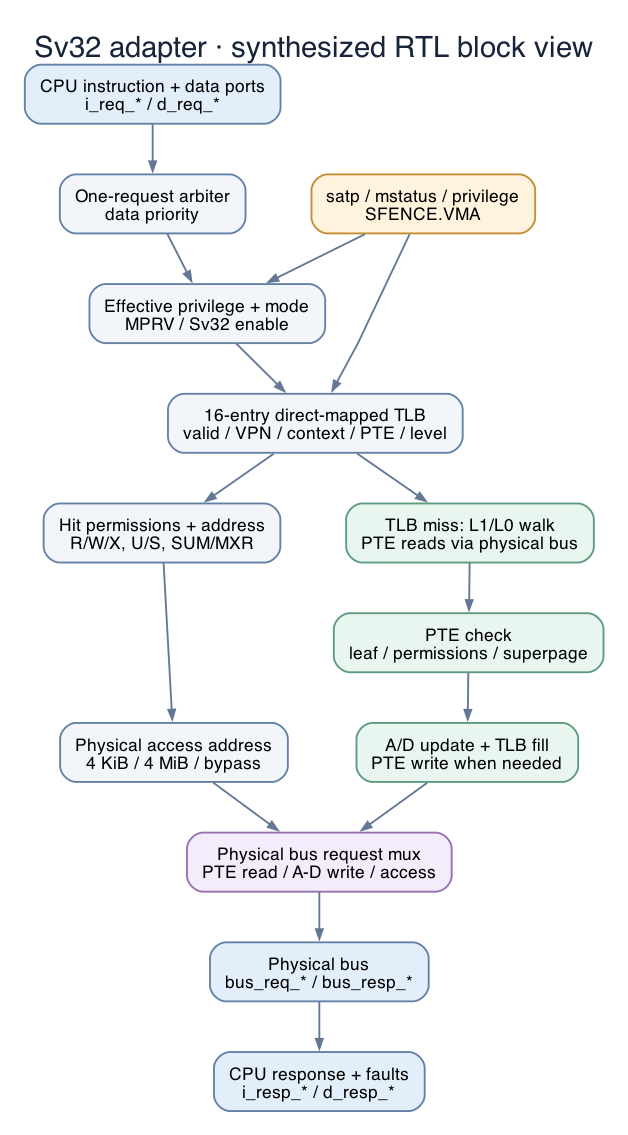
This is docs/rtl-block-diagrams/sv32-adapter.png from georgc4/rv32-linux-soc, a Graphviz export, as it was before one commit. Its source is kept beside it as docs/rtl-block-diagrams/sv32-adapter.dot.
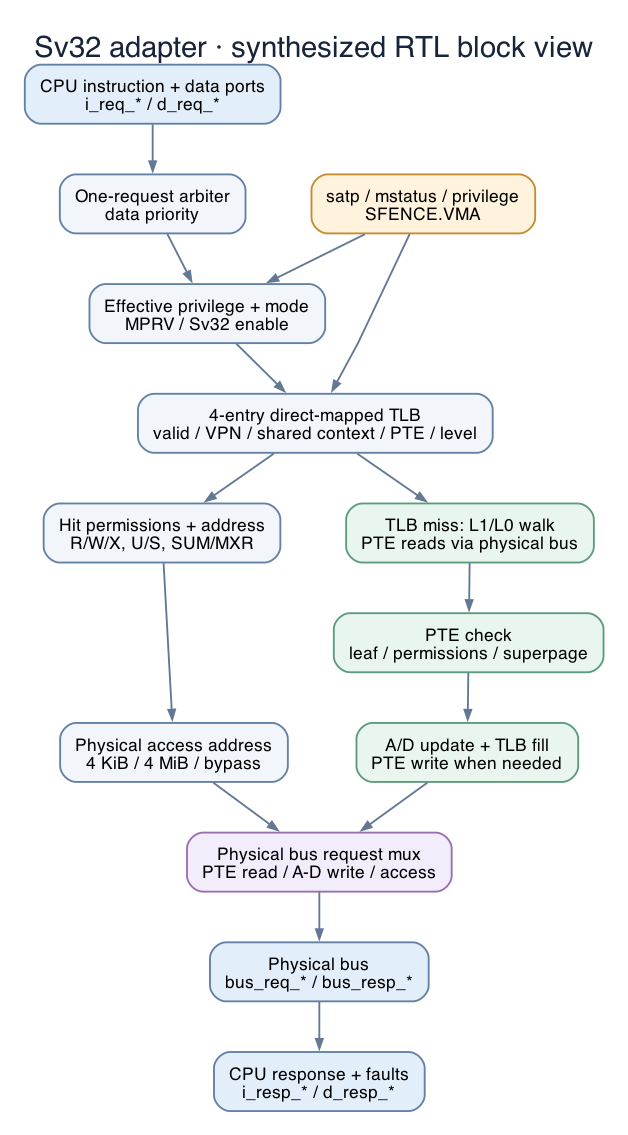
After the change.

The edit, as a diff of the source:
```diff
@@ -9,7 +9,7 @@
   cpu [label="CPU instruction + data ports\ni_req_* / d_req_*", fillcolor="#e3eefb"];
   arb [label="One-request arbiter\ndata priority"];
   mode [label="Effective privilege + mode\nMPRV / Sv32 enable"];
-  tlb [label="16-entry direct-mapped TLB\nvalid / VPN / context / PTE / level"];
+  tlb [label="4-entry direct-mapped TLB\nvalid / VPN / shared context / PTE / level"];
   hit [label="Hit permissions + address\nR/W/X, U/S, SUM/MXR"];
   access [label="Physical access address\n4 KiB / 4 MiB / bypass"];
   mux [label="Physical bus request mux\nPTE read / A-D write / access", fillcolor="#f3ecfa", color="#9870b2"];
```
